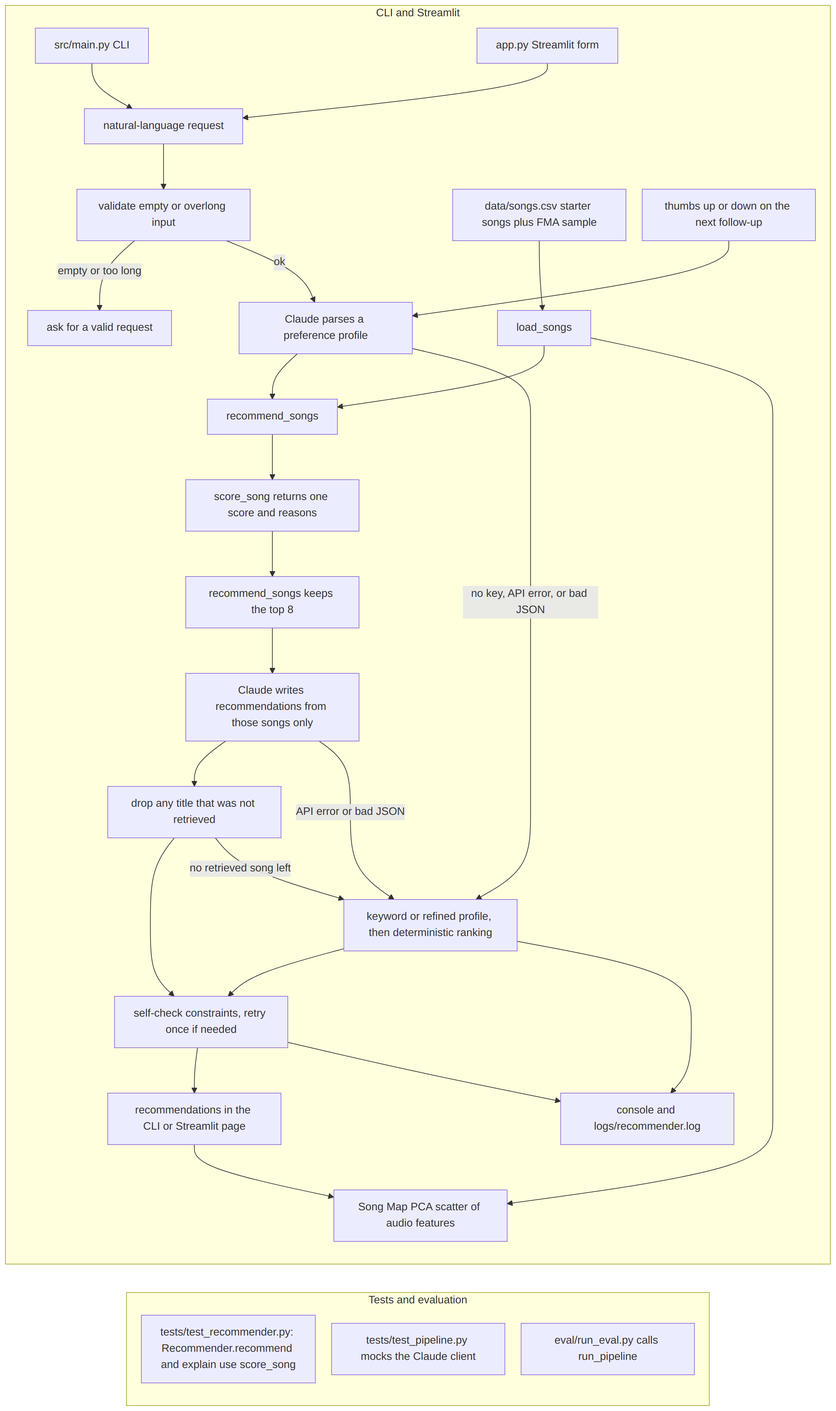
This is assets/architecture.png from ThePurpleClub/applied-ai-system-project, a Mermaid export, as it was before one commit. Its source is kept beside it as diagrams/architecture.mmd.
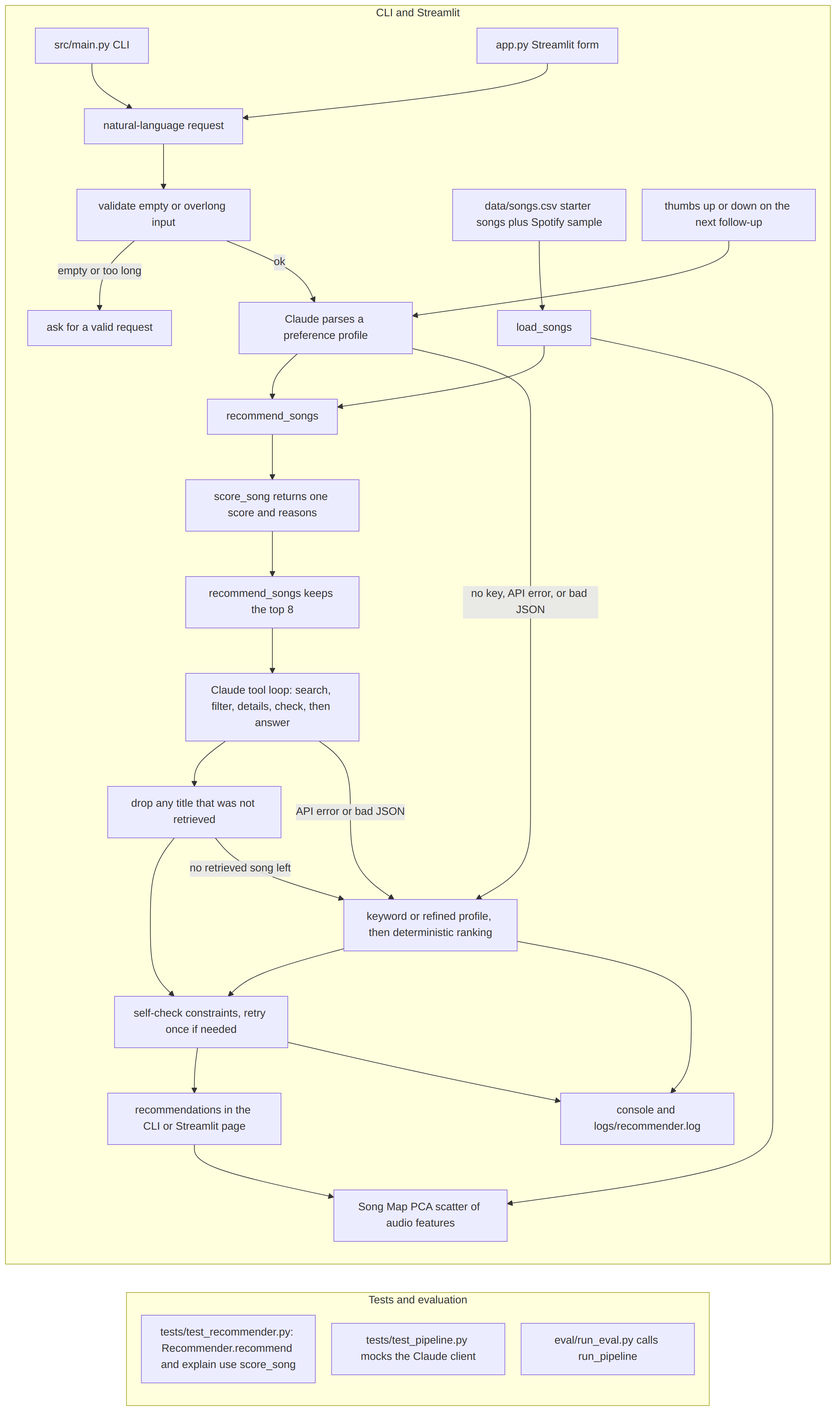
After the commit.

The edit, as a diff of the source:
```diff
@@ -12,7 +12,7 @@
         loadSongs --> retrieve
         retrieve --> score["score_song returns one score and reasons"]
         score --> topn["recommend_songs keeps the top 8"]
-        topn --> generate["Claude writes recommendations from those songs only"]
+        topn --> generate["Claude tool loop: search, filter, details, check, then answer"]
         generate --> guard["drop any title that was not retrieved"]
         guard --> check["self-check constraints, retry once if needed"]
         check --> stdout["recommendations in the CLI or Streamlit page"]
```
